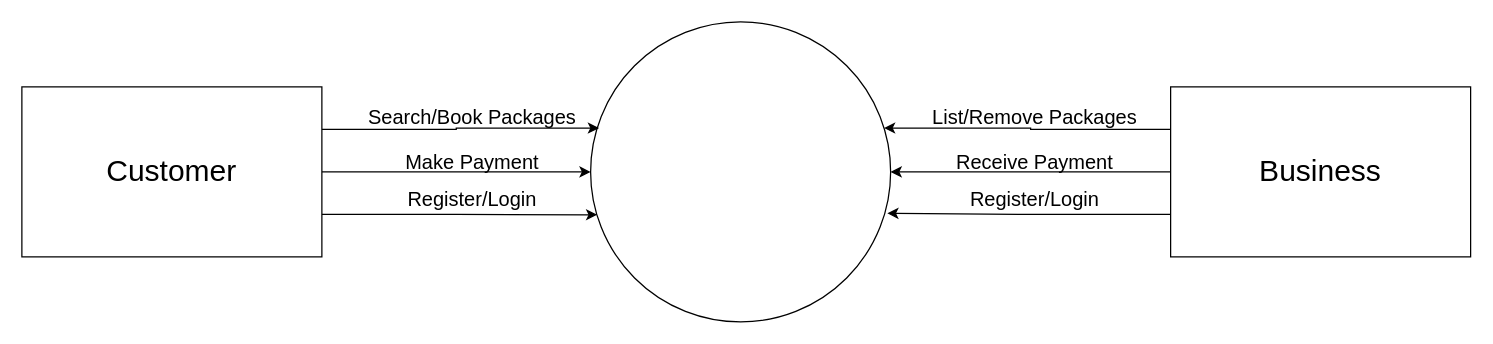
The draw.io diagram LEVEL_0_DFD.drawio in PCMasterRace007/ER, before the edit. Source tidied: cells renumbered, new cells numbered last; positions are measured from the earlier drawing's top-left corner, leaving out a move shared by most shapes. Both pictures are drawn from the tidied source at 125%, with x=0, y=0 at pixel (21, 21).
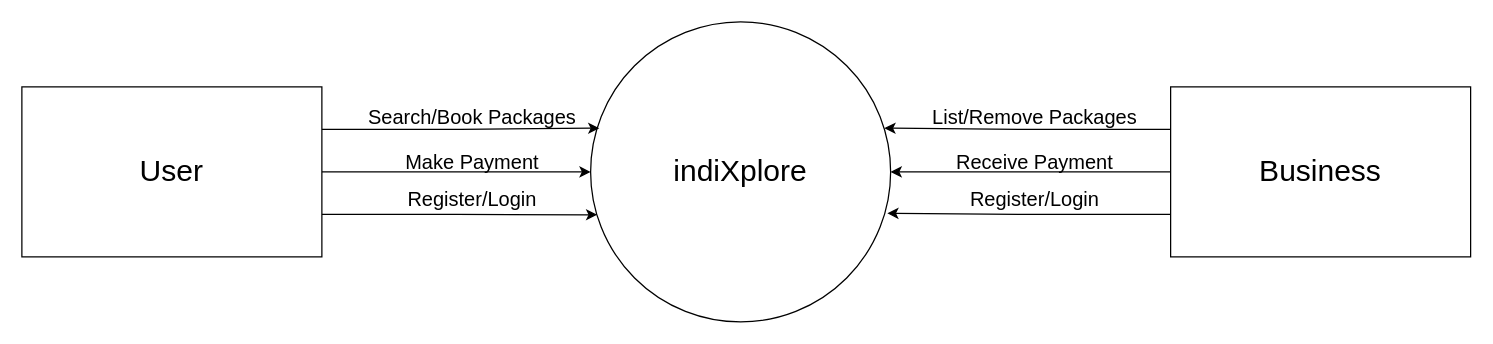
Above is the later version.

Diff of the diagram source:
```diff
@@
 <mxGraphModel>
   <root>
     <mxCell id="0" />
     <mxCell id="1" parent="0" />
-    <mxCell id="2" style="ellipse;whiteSpace=wrap;html=1;" parent="1" vertex="1">
+    <mxCell id="2" value="&lt;font style=&quot;font-size: 24px&quot;&gt;indiXplore&lt;/font&gt;" style="ellipse;whiteSpace=wrap;html=1;" parent="1" vertex="1">
       <mxGeometry x="455" width="240" height="240" as="geometry" />
     </mxCell>
     <mxCell id="3" style="edgeStyle=orthogonalEdgeStyle;rounded=0;jettySize=auto;html=1;exitX=0;exitY=0.5;exitDx=0;exitDy=0;entryX=1;entryY=0.5;entryDx=0;entryDy=0;" parent="1" edge="1" source="6" target="2">
       <mxGeometry relative="1" as="geometry" />
     </mxCell>
-    <mxCell id="4" style="edgeStyle=orthogonalEdgeStyle;rounded=0;jettySize=auto;html=1;exitX=0;exitY=0.25;exitDx=0;exitDy=0;entryX=0.978;entryY=0.354;entryDx=0;entryDy=0;entryPerimeter=0;" parent="1" edge="1" source="6" target="2">
-      <mxGeometry relative="1" as="geometry" />
+    <mxCell id="4" style="edgeStyle=orthogonalEdgeStyle;rounded=0;jettySize=auto;html=1;exitX=0;exitY=0.25;exitDx=0;exitDy=0;" parent="1" edge="1" source="6">
+      <mxGeometry relative="1" as="geometry">
+        <mxPoint x="690" y="85" as="targetPoint" />
+      </mxGeometry>
     </mxCell>
     <mxCell id="5" style="edgeStyle=orthogonalEdgeStyle;rounded=0;jettySize=auto;html=1;exitX=0;exitY=0.75;exitDx=0;exitDy=0;entryX=0.989;entryY=0.638;entryDx=0;entryDy=0;entryPerimeter=0;" parent="1" edge="1" source="6" target="2">
       <mxGeometry relative="1" as="geometry" />
     </mxCell>
     <mxCell id="6" value="&lt;font style=&quot;font-size: 24px&quot;&gt;Business&lt;/font&gt;" style="rounded=0;whiteSpace=wrap;html=1;" parent="1" vertex="1">
       <mxGeometry x="919" y="52" width="240" height="136" as="geometry" />
     </mxCell>
     <mxCell id="7" style="edgeStyle=orthogonalEdgeStyle;rounded=0;jettySize=auto;html=1;exitX=1;exitY=0.5;exitDx=0;exitDy=0;" parent="1" edge="1" source="10" target="2">
       <mxGeometry relative="1" as="geometry" />
     </mxCell>
     <mxCell id="8" style="edgeStyle=orthogonalEdgeStyle;rounded=0;jettySize=auto;html=1;exitX=1;exitY=0.75;exitDx=0;exitDy=0;entryX=0.022;entryY=0.643;entryDx=0;entryDy=0;entryPerimeter=0;" parent="1" edge="1" source="10" target="2">
       <mxGeometry relative="1" as="geometry" />
     </mxCell>
-    <mxCell id="9" style="edgeStyle=orthogonalEdgeStyle;rounded=0;jettySize=auto;html=1;exitX=1;exitY=0.25;exitDx=0;exitDy=0;entryX=0.028;entryY=0.354;entryDx=0;entryDy=0;entryPerimeter=0;" parent="1" edge="1" source="10" target="2">
-      <mxGeometry relative="1" as="geometry" />
+    <mxCell id="9" style="edgeStyle=orthogonalEdgeStyle;rounded=0;jettySize=auto;html=1;exitX=1;exitY=0.25;exitDx=0;exitDy=0;" parent="1" edge="1" source="10">
+      <mxGeometry relative="1" as="geometry">
+        <mxPoint x="462" y="85" as="targetPoint" />
+      </mxGeometry>
     </mxCell>
-    <mxCell id="10" value="&lt;font style=&quot;font-size: 24px&quot;&gt;Customer&lt;/font&gt;" style="rounded=0;whiteSpace=wrap;html=1;" parent="1" vertex="1">
+    <mxCell id="10" value="&lt;font style=&quot;font-size: 24px&quot;&gt;User&lt;/font&gt;" style="rounded=0;whiteSpace=wrap;html=1;" parent="1" vertex="1">
       <mxGeometry y="52" width="240" height="136" as="geometry" />
     </mxCell>
     <mxCell id="11" value="Search/&lt;font style=&quot;font-size: 16px&quot;&gt;Book Packages&lt;/font&gt;" style="text;html=1;align=center;verticalAlign=middle;strokeColor=none;fontSize=16;" parent="1" vertex="1">
       <mxGeometry x="270" y="66" width="180" height="20" as="geometry" />
     </mxCell>
     <mxCell id="12" value="Make Payment" style="text;html=1;align=center;verticalAlign=middle;strokeColor=none;fontSize=16;" parent="1" vertex="1">
       <mxGeometry x="300" y="102" width="120" height="20" as="geometry" />
     </mxCell>
     <mxCell id="13" value="Register/Login" style="text;html=1;align=center;verticalAlign=middle;strokeColor=none;fontSize=16;" parent="1" vertex="1">
       <mxGeometry x="300" y="132" width="120" height="20" as="geometry" />
     </mxCell>
     <mxCell id="14" value="&lt;font style=&quot;font-size: 16px&quot;&gt;List/&lt;/font&gt;Remove&lt;font style=&quot;font-size: 16px&quot;&gt; Packages&lt;/font&gt;" style="text;html=1;align=center;verticalAlign=middle;strokeColor=none;fontSize=16;" parent="1" vertex="1">
       <mxGeometry x="720" y="66" width="180" height="20" as="geometry" />
     </mxCell>
     <mxCell id="15" value="Receive Payment" style="text;html=1;align=center;verticalAlign=middle;strokeColor=none;fontSize=16;" parent="1" vertex="1">
       <mxGeometry x="740" y="102" width="140" height="20" as="geometry" />
     </mxCell>
     <mxCell id="16" value="Register/Login" style="text;html=1;align=center;verticalAlign=middle;strokeColor=none;fontSize=16;" parent="1" vertex="1">
       <mxGeometry x="750" y="132" width="120" height="20" as="geometry" />
     </mxCell>
   </root>
 </mxGraphModel>
```
